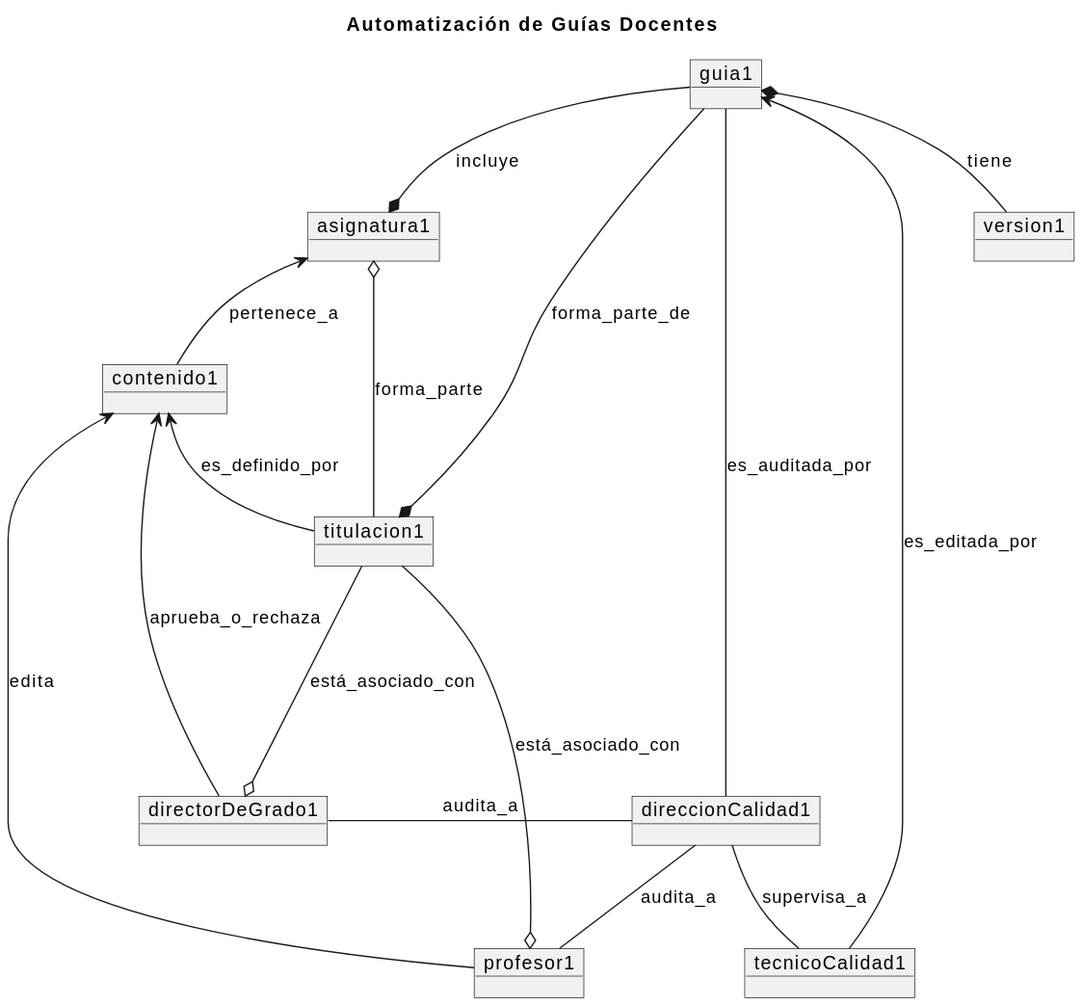
This is images/modelosUML/DiagramaObjetos.svg from mmasias/24-25-IdSw1-SDR, a PlantUML export, as it was before one commit.
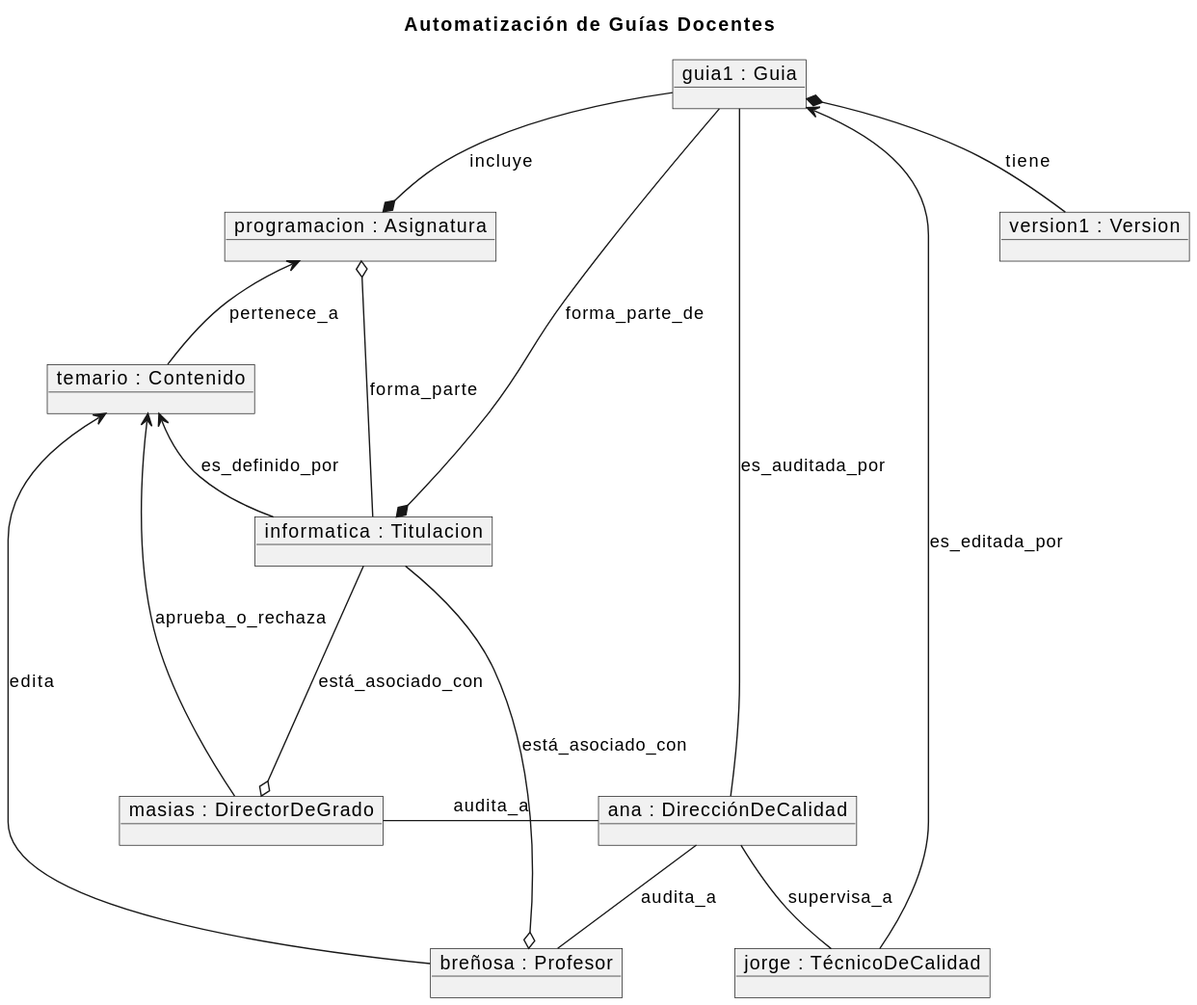
After the change.

Commit message:
diagrama de objetos actualizado para que quede con estructura del profesor

The edit, as a diff of the source:
```diff
@@ -1,35 +1,35 @@
 @startuml
 title Automatización de Guías Docentes
 
-object guia1
-object direccionCalidad1
-object tecnicoCalidad1
-object profesor1
-object directorDeGrado1
-object contenido1
-object titulacion1
-object asignatura1
-object version1
+object "guia1 : Guia" as guia1
+object "ana : DirecciónDeCalidad" as ana
+object "jorge : TécnicoDeCalidad" as jorge
+object "breñosa : Profesor" as breñosa
+object "masias : DirectorDeGrado" as masias
+object "temario : Contenido" as temario
+object "informatica : Titulacion" as informatica
+object "programacion : Asignatura" as programacion
+object "version1 : Version" as version1
 
-guia1 --* titulacion1 : forma_parte_de
-guia1 --* asignatura1 : incluye
+guia1 --* informatica : "forma_parte_de"
+guia1 --* programacion : "incluye"
 
-asignatura1 <-down- contenido1 : pertenece_a
-asignatura1 o-down- titulacion1 : forma_parte
+programacion <-down- temario : "pertenece_a"
+programacion o-down- informatica : "forma_parte"
 
-guia1 -down- direccionCalidad1 : es_auditada_por
-guia1 <-down- tecnicoCalidad1 : es_editada_por
-guia1 *-down- version1 : tiene
+guia1 -down- ana : "es_auditada_por"
+guia1 <-down- jorge : "es_editada_por"
+guia1 *-down- version1 : "tiene"
 
-contenido1 <-- titulacion1 : es_definido_por
+temario <-- informatica : "es_definido_por"
 
-direccionCalidad1 -- tecnicoCalidad1 : supervisa_a
-direccionCalidad1 -- profesor1 : audita_a
-direccionCalidad1 -l-- directorDeGrado1 : audita_a
+ana -- jorge : "supervisa_a"
+ana -- breñosa : "audita_a"
+ana -l-- masias : "audita_a"
 
-profesor1 o-up-- titulacion1 : está_asociado_con
-directorDeGrado1 o-up-- titulacion1 : está_asociado_con
+breñosa o-up-- informatica : "está_asociado_con"
+masias o-up-- informatica : "está_asociado_con"
 
-contenido1 <- directorDeGrado1 : aprueba_o_rechaza
-contenido1 <-- profesor1 : edita
+temario <- masias : "aprueba_o_rechaza"
+temario <-- breñosa : "edita"
 @enduml
```
